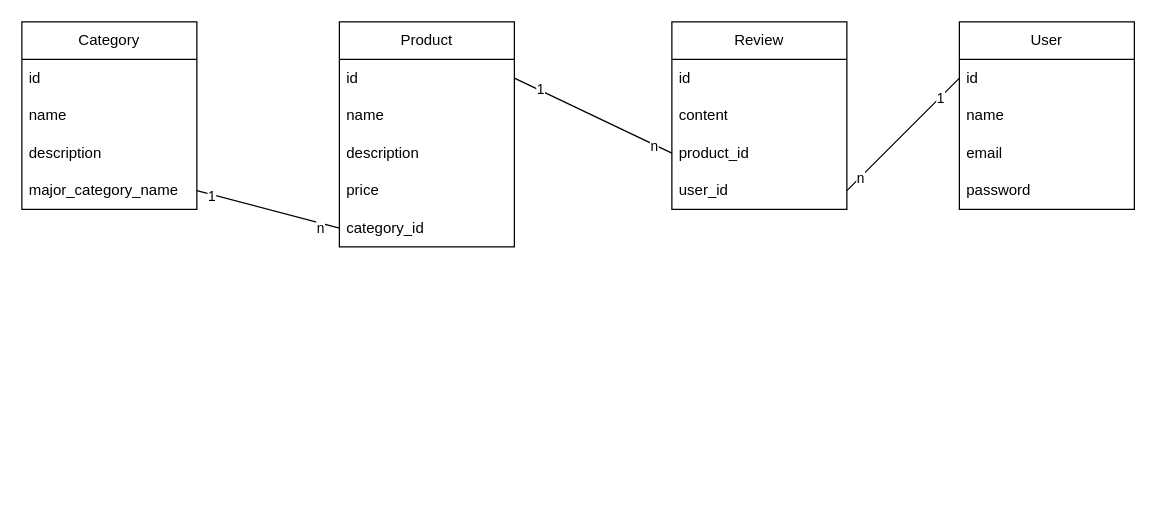
Earlier version of the draw.io diagram document/database-layout.drawio (AyakaTakahashi/shoe-sales-ec-site). Source tidied: cells renumbered, new cells numbered last; positions are measured from the earlier drawing's top-left corner, leaving out a move shared by most shapes. Both pictures are drawn from the tidied source at 125%, with x=0, y=0 at pixel (21, 21).
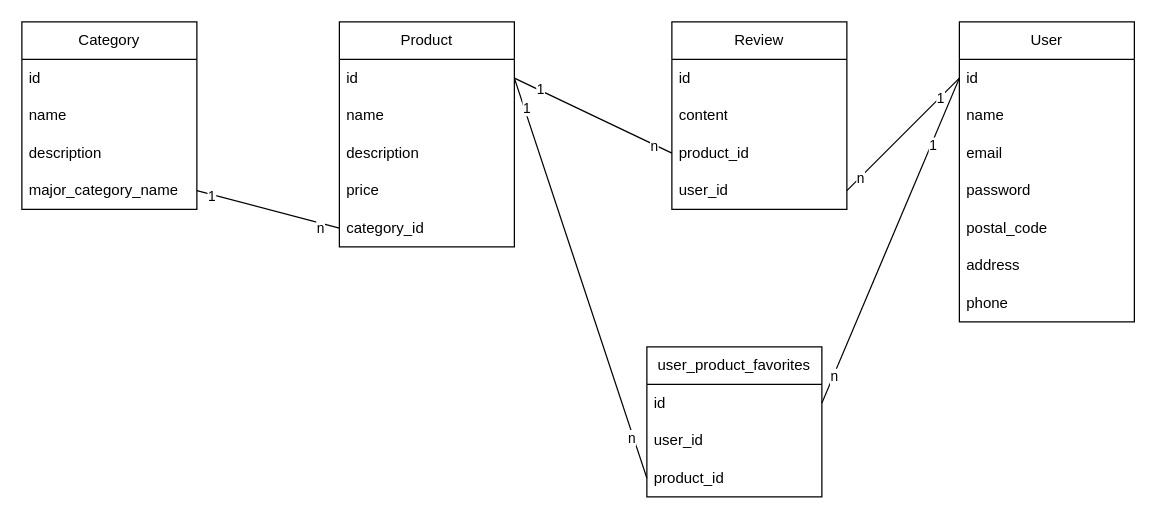
Above is the later version.

Unchanged cells that the change refers to:
```xml
<mxCell id="8" value="id" style="text;strokeColor=none;fillColor=none;align=left;verticalAlign=middle;spacingLeft=4;spacingRight=4;overflow=hidden;points=[[0,0.5],[1,0.5]];portConstraint=eastwest;whiteSpace=wrap;html=1;" parent="7" vertex="1">
  <mxGeometry y="30" width="140" height="30" as="geometry" />
</mxCell>
<mxCell id="25" value="id" style="text;strokeColor=none;fillColor=none;align=left;verticalAlign=middle;spacingLeft=4;spacingRight=4;overflow=hidden;points=[[0,0.5],[1,0.5]];portConstraint=eastwest;whiteSpace=wrap;html=1;" parent="24" vertex="1">
  <mxGeometry y="30" width="140" height="30" as="geometry" />
</mxCell>
```

The edit, as a diff of the source:
```diff
@@
     <mxCell id="24" value="User" style="swimlane;fontStyle=0;horizontal=1;startSize=30;whiteSpace=wrap;html=1;" parent="1" vertex="1">
-      <mxGeometry x="750" width="140" height="150" as="geometry" />
+      <mxGeometry x="750" width="140" height="240" as="geometry" />
     </mxCell>
@@
+    <mxCell id="32" value="postal_code" style="text;strokeColor=none;fillColor=none;align=left;verticalAlign=middle;spacingLeft=4;spacingRight=4;overflow=hidden;whiteSpace=wrap;html=1;" parent="24" vertex="1">
+      <mxGeometry y="150" width="140" height="30" as="geometry" />
+    </mxCell>
+    <mxCell id="33" value="address" style="text;strokeColor=none;fillColor=none;align=left;verticalAlign=middle;spacingLeft=4;spacingRight=4;overflow=hidden;whiteSpace=wrap;html=1;" parent="24" vertex="1">
+      <mxGeometry y="180" width="140" height="30" as="geometry" />
+    </mxCell>
+    <mxCell id="34" value="phone" style="text;strokeColor=none;fillColor=none;align=left;verticalAlign=middle;spacingLeft=4;spacingRight=4;overflow=hidden;whiteSpace=wrap;html=1;" parent="24" vertex="1">
+      <mxGeometry y="210" width="140" height="30" as="geometry" />
+    </mxCell>
@@
+    <mxCell id="35" value="user_product_favorites" style="swimlane;fontStyle=0;horizontal=1;startSize=30;whiteSpace=wrap;html=1;" parent="1" vertex="1">
+      <mxGeometry x="500" y="260" width="140" height="120" as="geometry" />
+    </mxCell>
+    <mxCell id="36" value="id" style="text;strokeColor=none;fillColor=none;align=left;verticalAlign=middle;spacingLeft=4;spacingRight=4;overflow=hidden;points=[[0,0.5],[1,0.5]];portConstraint=eastwest;whiteSpace=wrap;html=1;" parent="35" vertex="1">
+      <mxGeometry y="30" width="140" height="30" as="geometry" />
+    </mxCell>
+    <mxCell id="37" value="user_id" style="text;strokeColor=none;fillColor=none;align=left;verticalAlign=middle;spacingLeft=4;spacingRight=4;overflow=hidden;whiteSpace=wrap;html=1;" parent="35" vertex="1">
+      <mxGeometry y="60" width="140" height="30" as="geometry" />
+    </mxCell>
+    <mxCell id="38" value="product_id" style="text;strokeColor=none;fillColor=none;align=left;verticalAlign=middle;spacingLeft=4;spacingRight=4;overflow=hidden;points=[[0,0.5],[1,0.5]];portConstraint=eastwest;whiteSpace=wrap;html=1;" parent="35" vertex="1">
+      <mxGeometry y="90" width="140" height="30" as="geometry" />
+    </mxCell>
+    <mxCell id="39" style="edgeStyle=none;html=1;entryX=0;entryY=0.5;entryDx=0;entryDy=0;exitX=1;exitY=0.5;exitDx=0;exitDy=0;endArrow=none;endFill=0;" parent="1" edge="1" source="8" target="38">
+      <mxGeometry relative="1" as="geometry" />
+    </mxCell>
+    <mxCell id="40" value="n" style="edgeLabel;html=1;align=center;verticalAlign=middle;" parent="39" vertex="1">
+      <mxGeometry x="0.79" y="-2" relative="1" as="geometry" />
+    </mxCell>
+    <mxCell id="41" value="1" style="edgeLabel;html=1;align=center;verticalAlign=middle;" parent="39" vertex="1">
+      <mxGeometry x="-0.85" y="2" relative="1" as="geometry" />
+    </mxCell>
+    <mxCell id="42" style="edgeStyle=none;html=1;entryX=1;entryY=0.5;entryDx=0;entryDy=0;endArrow=none;endFill=0;exitX=0;exitY=0.5;exitDx=0;exitDy=0;" parent="1" edge="1" source="25" target="36">
+      <mxGeometry relative="1" as="geometry" />
+    </mxCell>
+    <mxCell id="43" value="n" style="edgeLabel;html=1;align=center;verticalAlign=middle;" parent="42" vertex="1">
+      <mxGeometry x="0.83" relative="1" as="geometry">
+        <mxPoint y="1" as="offset" />
+      </mxGeometry>
+    </mxCell>
+    <mxCell id="44" value="1" style="edgeLabel;html=1;align=center;verticalAlign=middle;" parent="42" vertex="1">
+      <mxGeometry x="-0.59" y="1" relative="1" as="geometry" />
+    </mxCell>
```
